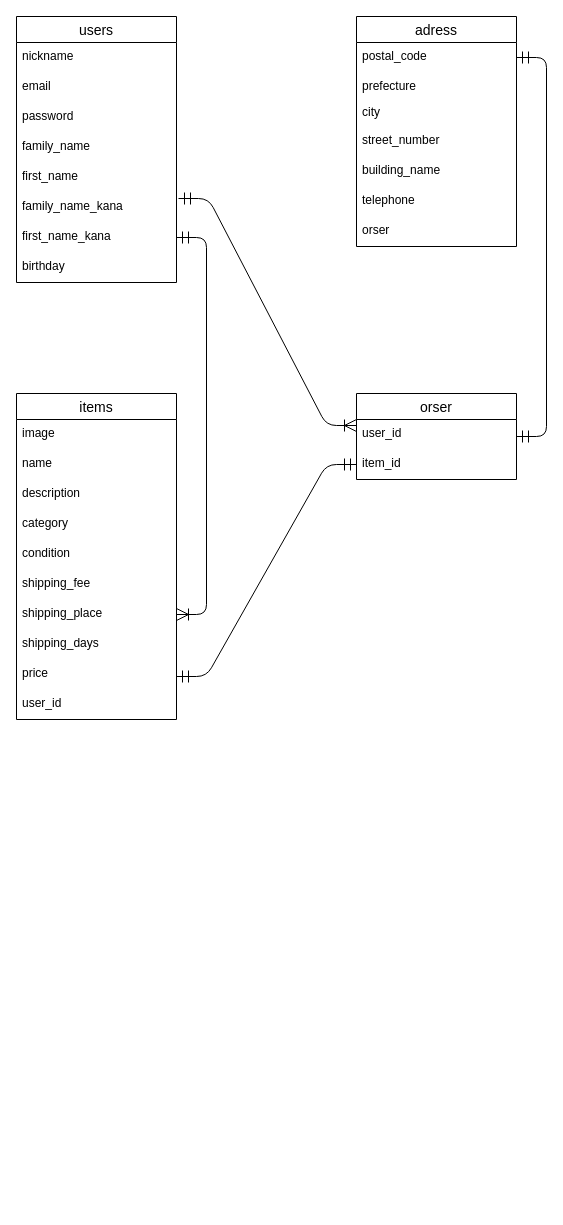
This is test.dio from mayu-torii/furima-35418, a draw.io file, before an edit. Source tidied: cells renumbered, new cells numbered last; positions are measured from the earlier drawing's top-left corner, leaving out a move shared by most shapes. Both pictures are drawn from the tidied source at 100%, with x=0, y=0 at pixel (16, 16).
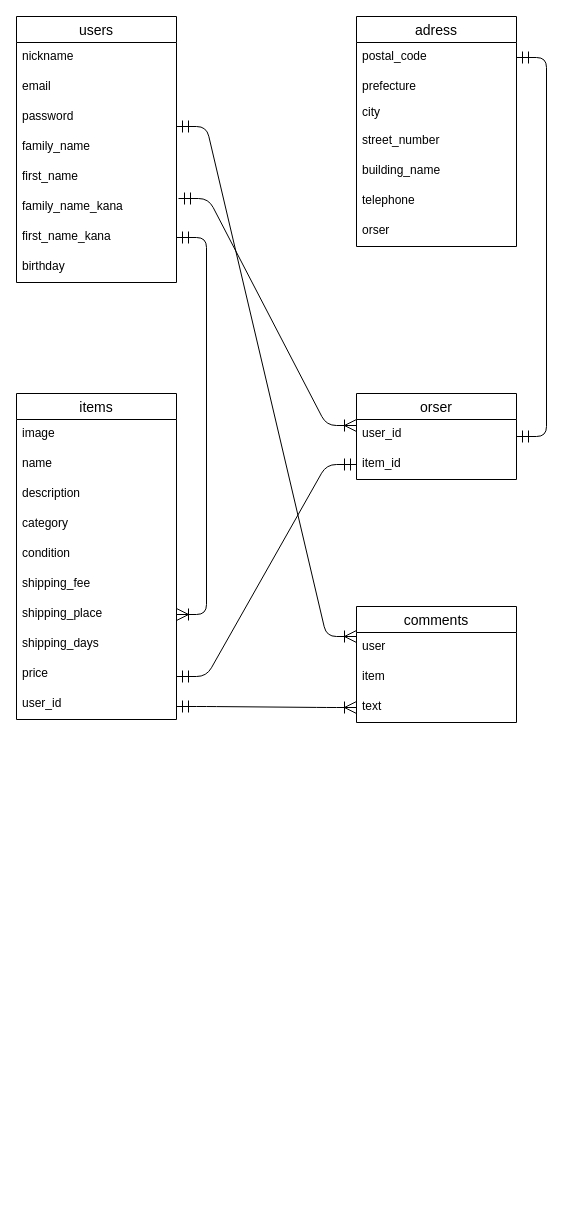
The same diagram, later.

Commit message (it also covers changes not shown here):
テーブル設計

What changed in the source:
```diff
@@
+    <mxCell id="40" value="comments" style="swimlane;fontStyle=0;horizontal=1;startSize=26;align=center;fontSize=14;" parent="1" vertex="1">
+      <mxGeometry x="340" y="590" width="160" height="116" as="geometry" />
+    </mxCell>
+    <mxCell id="41" value="user" style="text;strokeColor=none;fillColor=none;spacingLeft=4;spacingRight=4;overflow=hidden;fontSize=12;" parent="40" vertex="1">
+      <mxGeometry y="26" width="160" height="30" as="geometry" />
+    </mxCell>
+    <mxCell id="42" value="item" style="text;strokeColor=none;fillColor=none;spacingLeft=4;spacingRight=4;overflow=hidden;fontSize=12;" parent="40" vertex="1">
+      <mxGeometry y="56" width="160" height="30" as="geometry" />
+    </mxCell>
+    <mxCell id="43" value="text" style="text;strokeColor=none;fillColor=none;spacingLeft=4;spacingRight=4;overflow=hidden;points=[[0,0.5],[1,0.5]];portConstraint=eastwest;fontSize=12;" parent="40" vertex="1">
+      <mxGeometry y="86" width="160" height="30" as="geometry" />
+    </mxCell>
+    <mxCell id="44" style="edgeStyle=entityRelationEdgeStyle;fontSize=12;html=1;endArrow=ERoneToMany;startArrow=ERmandOne;endSize=10;startSize=10;" parent="1" edge="1">
+      <mxGeometry relative="1" as="geometry">
+        <mxPoint x="160" y="110" as="sourcePoint" />
+        <mxPoint x="340" y="620" as="targetPoint" />
+      </mxGeometry>
+    </mxCell>
+    <mxCell id="45" style="edgeStyle=entityRelationEdgeStyle;fontSize=12;html=1;endArrow=ERoneToMany;startArrow=ERmandOne;endSize=10;entryX=0;entryY=0.5;entryDx=0;entryDy=0;startSize=10;" parent="1" edge="1" target="43">
+      <mxGeometry relative="1" as="geometry">
+        <mxPoint x="160" y="690" as="sourcePoint" />
+      </mxGeometry>
+    </mxCell>
```
